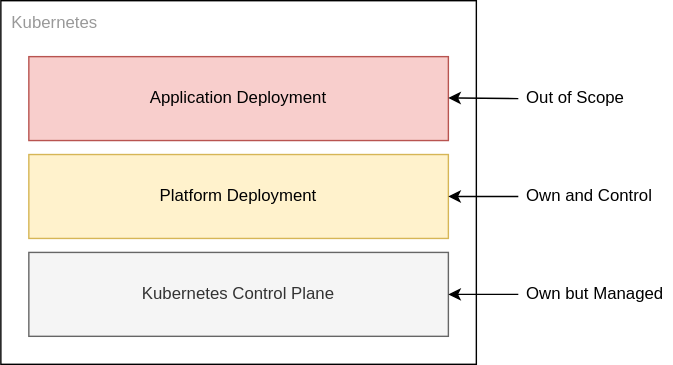
danielloader/kubernetes-sdlc keeps this draw.io diagram as docs/platform-as-a-service.drawio.svg. Above is the earlier version. Source tidied: cells renumbered, new cells last; positions are measured from the earlier drawing's top-left corner, leaving out a move shared by most shapes.
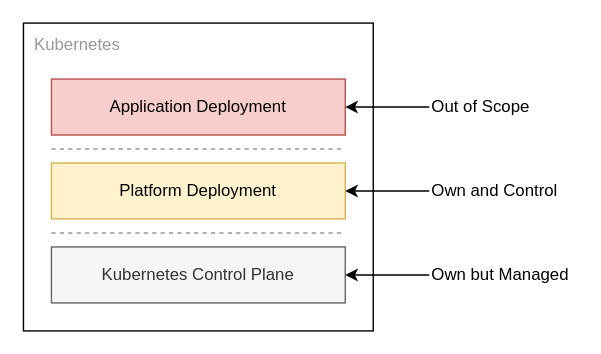
Later version of the same file.

The edit, as a diff of the source:
```diff
@@ -3,42 +3,46 @@
     <mxCell id="0" />
     <mxCell id="1" parent="0" />
     <mxCell id="2" value="Kubernetes" style="rounded=0;whiteSpace=wrap;html=1;verticalAlign=top;align=left;fontColor=#999999;spacing=4;spacingLeft=4;" parent="1" vertex="1">
-      <mxGeometry width="340" height="260" as="geometry" />
+      <mxGeometry width="250" height="220" as="geometry" />
     </mxCell>
     <mxCell id="3" value="Kubernetes Control Plane" style="rounded=0;whiteSpace=wrap;html=1;fontColor=#333333;fillColor=#f5f5f5;strokeColor=#666666;" parent="1" vertex="1">
-      <mxGeometry x="20" y="180" width="300" height="60" as="geometry" />
+      <mxGeometry x="20" y="160" width="210" height="40" as="geometry" />
     </mxCell>
     <mxCell id="4" value="Platform Deployment" style="rounded=0;whiteSpace=wrap;html=1;fillColor=#fff2cc;strokeColor=#d6b656;" parent="1" vertex="1">
-      <mxGeometry x="20" y="110" width="300" height="60" as="geometry" />
+      <mxGeometry x="20" y="100" width="210" height="40" as="geometry" />
     </mxCell>
     <mxCell id="5" value="Application Deployment" style="rounded=0;whiteSpace=wrap;html=1;fillColor=#f8cecc;strokeColor=#b85450;" parent="1" vertex="1">
-      <mxGeometry x="20" y="40" width="300" height="60" as="geometry" />
+      <mxGeometry x="20" y="40" width="210" height="40" as="geometry" />
     </mxCell>
-    <mxCell id="6" style="endArrow=classic;html=1;fontColor=#000000;entryX=1;entryY=0.5;entryDx=0;entryDy=0;" parent="1" edge="1" target="4">
-      <mxGeometry relative="1" as="geometry">
-        <mxPoint x="370" y="140" as="sourcePoint" />
-      </mxGeometry>
+    <mxCell id="6" style="endArrow=classic;html=1;fontColor=#000000;entryX=1;entryY=0.5;entryDx=0;entryDy=0;exitX=0;exitY=0.5;exitDx=0;exitDy=0;" parent="1" edge="1" source="7" target="4">
+      <mxGeometry relative="1" as="geometry" />
     </mxCell>
     <mxCell id="7" value="Own and Control" style="text;html=1;strokeColor=none;fillColor=none;align=left;verticalAlign=middle;whiteSpace=wrap;rounded=0;fontColor=#000000;" parent="1" vertex="1">
-      <mxGeometry x="374" y="125" width="100" height="30" as="geometry" />
+      <mxGeometry x="290" y="105" width="100" height="30" as="geometry" />
     </mxCell>
-    <mxCell id="8" style="endArrow=classic;html=1;fontColor=#000000;entryX=1;entryY=0.5;entryDx=0;entryDy=0;" parent="1" edge="1">
-      <mxGeometry relative="1" as="geometry">
-        <mxPoint x="370" y="210" as="sourcePoint" />
-        <mxPoint x="320" y="210" as="targetPoint" />
-      </mxGeometry>
-    </mxCell>
+    <mxCell id="12" style="edgeStyle=none;html=1;" parent="1" edge="1" source="9" target="3">
+      <mxGeometry relative="1" as="geometry" />
+    </mxCell>
     <mxCell id="9" value="Own but Managed" style="text;html=1;strokeColor=none;fillColor=none;align=left;verticalAlign=middle;whiteSpace=wrap;rounded=0;fontColor=#000000;" parent="1" vertex="1">
-      <mxGeometry x="374" y="195" width="106" height="30" as="geometry" />
+      <mxGeometry x="290" y="165" width="106" height="30" as="geometry" />
     </mxCell>
     <mxCell id="10" value="Out of Scope" style="text;html=1;strokeColor=none;fillColor=none;align=left;verticalAlign=middle;whiteSpace=wrap;rounded=0;fontColor=#000000;" parent="1" vertex="1">
-      <mxGeometry x="374" y="55" width="90" height="30" as="geometry" />
+      <mxGeometry x="290" y="45" width="90" height="30" as="geometry" />
     </mxCell>
-    <mxCell id="11" style="endArrow=classic;html=1;fontColor=#000000;entryX=1;entryY=0.5;entryDx=0;entryDy=0;" parent="1" edge="1">
-      <mxGeometry relative="1" as="geometry">
-        <mxPoint x="370" y="70" as="sourcePoint" />
-        <mxPoint x="320" y="69.5" as="targetPoint" />
-      </mxGeometry>
+    <mxCell id="11" style="endArrow=classic;html=1;fontColor=#000000;entryX=1;entryY=0.5;entryDx=0;entryDy=0;exitX=0;exitY=0.5;exitDx=0;exitDy=0;" parent="1" edge="1" source="10" target="5">
+      <mxGeometry relative="1" as="geometry" />
     </mxCell>
+    <mxCell id="13" style="endArrow=none;dashed=1;html=1;strokeColor=#999999;" parent="1" edge="1">
+      <mxGeometry relative="1" as="geometry">
+        <mxPoint x="20" y="90" as="sourcePoint" />
+        <mxPoint x="230" y="90" as="targetPoint" />
+      </mxGeometry>
+    </mxCell>
+    <mxCell id="14" style="endArrow=none;dashed=1;html=1;strokeColor=#999999;" parent="1" edge="1">
+      <mxGeometry relative="1" as="geometry">
+        <mxPoint x="20" y="150" as="sourcePoint" />
+        <mxPoint x="230" y="150" as="targetPoint" />
+      </mxGeometry>
+    </mxCell>
   </root>
 </mxGraphModel>
```
